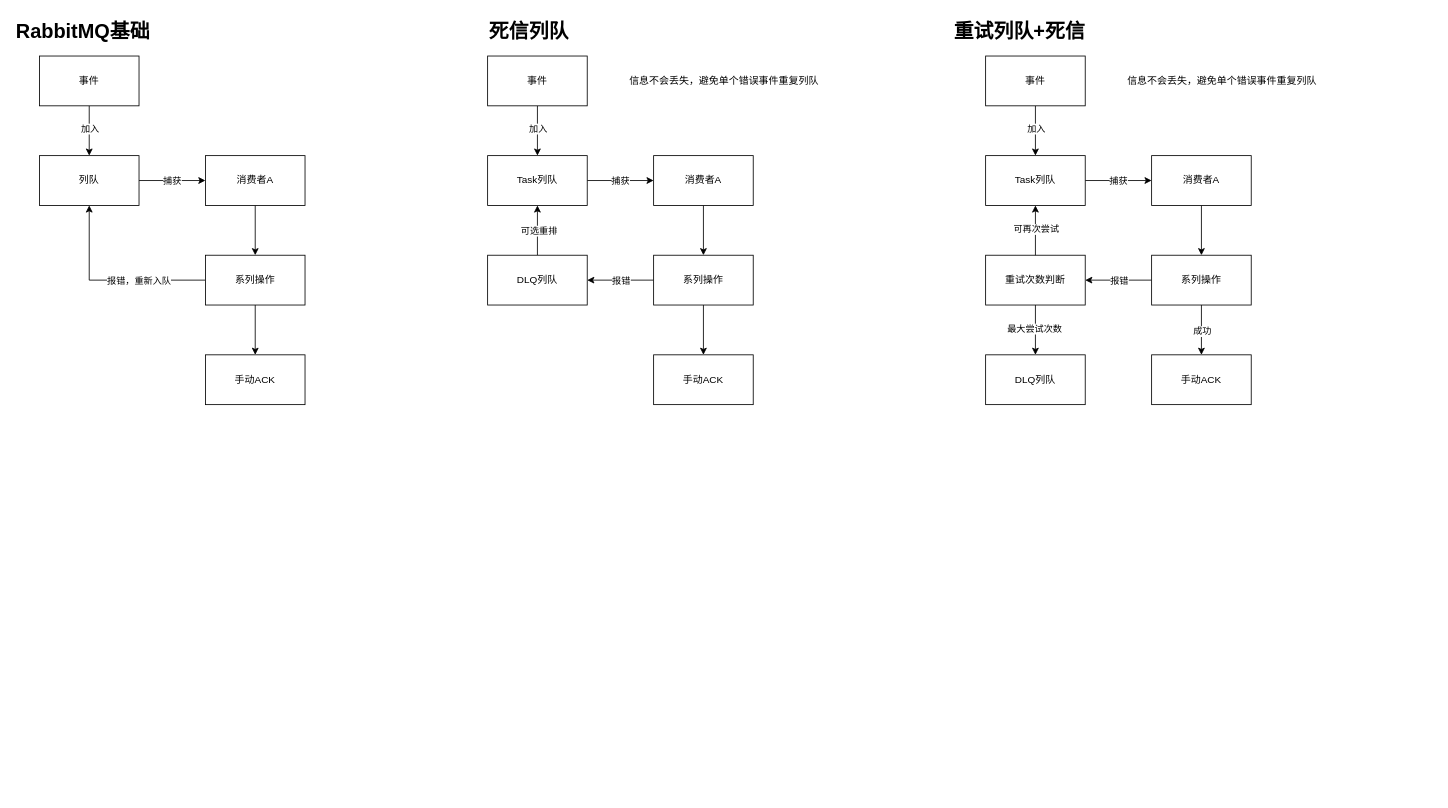
The draw.io diagram 需求分析/中间件.drawio in syntheticfeather/Conpre_object, before the edit. Source tidied: cells renumbered, new cells numbered last; positions are measured from the earlier drawing's top-left corner, leaving out a move shared by most shapes. Both pictures are drawn from the tidied source at 83%, with x=0, y=0 at pixel (14, 14).
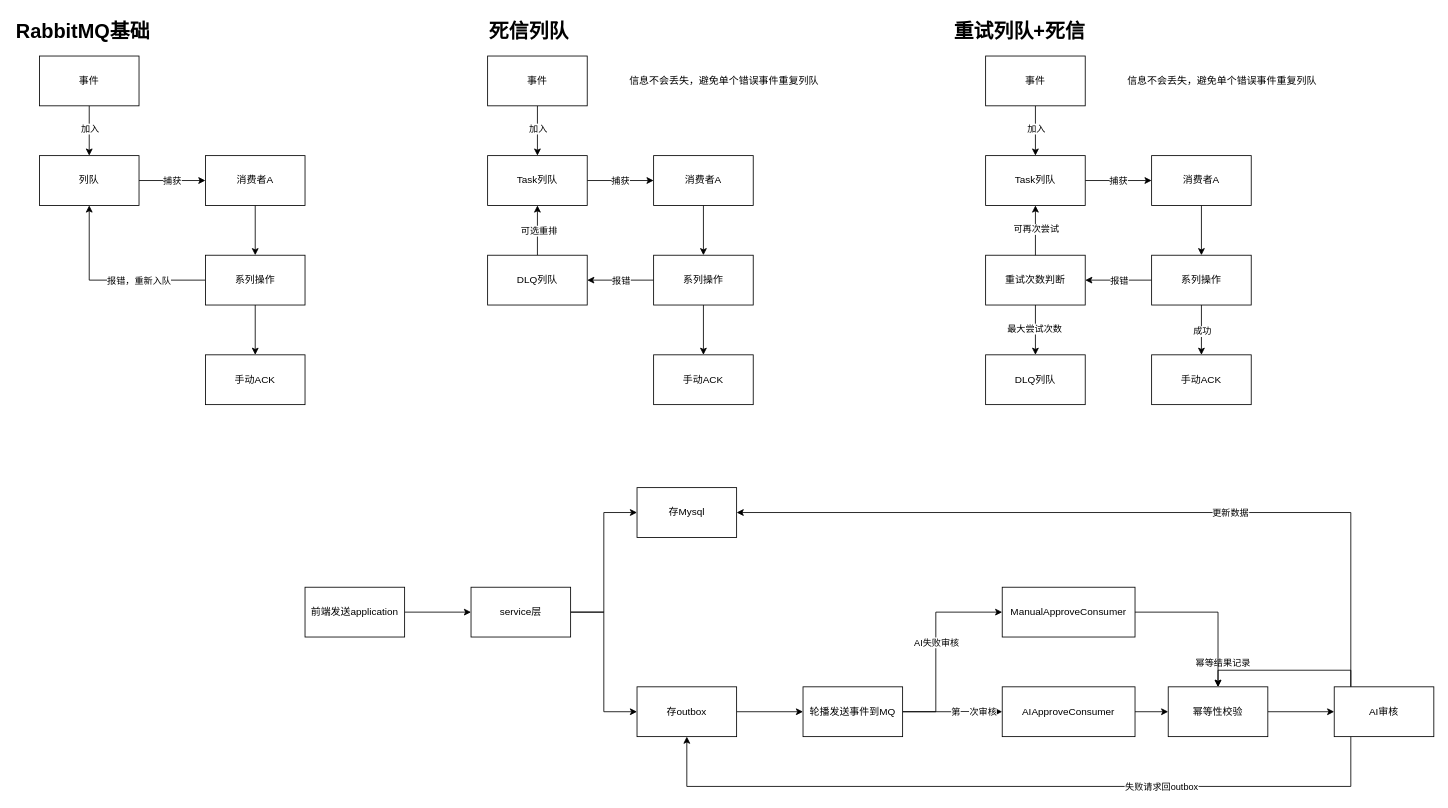
The same page after the edit.

Diff of the diagram source:
```diff
@@
+    <mxCell id="56" style="edgeStyle=orthogonalEdgeStyle;rounded=0;jettySize=auto;html=1;entryX=0;entryY=0.5;entryDx=0;entryDy=0;" parent="1" edge="1" source="57" target="60">
+      <mxGeometry relative="1" as="geometry" />
+    </mxCell>
+    <mxCell id="57" value="前端发送application" style="rounded=0;whiteSpace=wrap;html=1;" parent="1" vertex="1">
+      <mxGeometry x="350" y="690" width="120" height="60" as="geometry" />
+    </mxCell>
+    <mxCell id="58" style="edgeStyle=orthogonalEdgeStyle;rounded=0;jettySize=auto;html=1;entryX=0;entryY=0.5;entryDx=0;entryDy=0;" parent="1" edge="1" source="60" target="61">
+      <mxGeometry relative="1" as="geometry" />
+    </mxCell>
+    <mxCell id="59" style="edgeStyle=orthogonalEdgeStyle;rounded=0;jettySize=auto;html=1;entryX=0;entryY=0.5;entryDx=0;entryDy=0;" parent="1" edge="1" source="60" target="63">
+      <mxGeometry relative="1" as="geometry" />
+    </mxCell>
+    <mxCell id="60" value="service层" style="rounded=0;whiteSpace=wrap;html=1;" parent="1" vertex="1">
+      <mxGeometry x="550" y="690" width="120" height="60" as="geometry" />
+    </mxCell>
+    <mxCell id="61" value="存Mysql" style="whiteSpace=wrap;html=1;rounded=0;" parent="1" vertex="1">
+      <mxGeometry x="750" y="570" width="120" height="60" as="geometry" />
+    </mxCell>
+    <mxCell id="62" style="edgeStyle=orthogonalEdgeStyle;rounded=0;jettySize=auto;html=1;" parent="1" edge="1" source="63" target="68">
+      <mxGeometry relative="1" as="geometry" />
+    </mxCell>
+    <mxCell id="63" value="存outbox" style="rounded=0;whiteSpace=wrap;html=1;" parent="1" vertex="1">
+      <mxGeometry x="750" y="810" width="120" height="60" as="geometry" />
+    </mxCell>
+    <mxCell id="64" style="edgeStyle=orthogonalEdgeStyle;rounded=0;jettySize=auto;html=1;" parent="1" edge="1" source="68" target="70">
+      <mxGeometry relative="1" as="geometry" />
+    </mxCell>
+    <mxCell id="65" value="第一次审核" style="edgeLabel;html=1;align=center;verticalAlign=middle;" parent="64" vertex="1">
+      <mxGeometry x="0.42" relative="1" as="geometry" />
+    </mxCell>
+    <mxCell id="66" style="edgeStyle=orthogonalEdgeStyle;rounded=0;jettySize=auto;html=1;entryX=0;entryY=0.5;entryDx=0;entryDy=0;" parent="1" edge="1" source="68" target="81">
+      <mxGeometry relative="1" as="geometry">
+        <Array as="points">
+          <mxPoint x="1110" y="840" />
+          <mxPoint x="1110" y="720" />
+        </Array>
+      </mxGeometry>
+    </mxCell>
+    <mxCell id="67" value="AI失败审核" style="edgeLabel;html=1;align=center;verticalAlign=middle;" parent="66" vertex="1">
+      <mxGeometry x="0.03" relative="1" as="geometry" />
+    </mxCell>
+    <mxCell id="68" value="轮播发送事件到MQ" style="whiteSpace=wrap;html=1;rounded=0;" parent="1" vertex="1">
+      <mxGeometry x="950" y="810" width="120" height="60" as="geometry" />
+    </mxCell>
+    <mxCell id="69" style="edgeStyle=orthogonalEdgeStyle;rounded=0;jettySize=auto;html=1;" parent="1" edge="1" source="70" target="72">
+      <mxGeometry relative="1" as="geometry" />
+    </mxCell>
+    <mxCell id="70" value="AIApproveConsumer" style="whiteSpace=wrap;html=1;rounded=0;" parent="1" vertex="1">
+      <mxGeometry x="1190" y="810" width="160" height="60" as="geometry" />
+    </mxCell>
+    <mxCell id="71" style="edgeStyle=orthogonalEdgeStyle;rounded=0;jettySize=auto;html=1;" parent="1" edge="1" source="72" target="79">
+      <mxGeometry relative="1" as="geometry" />
+    </mxCell>
+    <mxCell id="72" value="幂等性校验" style="whiteSpace=wrap;html=1;rounded=0;" parent="1" vertex="1">
+      <mxGeometry x="1390" y="810" width="120" height="60" as="geometry" />
+    </mxCell>
+    <mxCell id="73" style="edgeStyle=orthogonalEdgeStyle;rounded=0;jettySize=auto;html=1;entryX=1;entryY=0.5;entryDx=0;entryDy=0;" parent="1" edge="1" source="79" target="61">
+      <mxGeometry relative="1" as="geometry">
+        <Array as="points">
+          <mxPoint x="1610" y="600" />
+        </Array>
+      </mxGeometry>
+    </mxCell>
+    <mxCell id="74" value="更新数据" style="edgeLabel;html=1;align=center;verticalAlign=middle;" parent="73" vertex="1">
+      <mxGeometry x="-0.25" y="1" relative="1" as="geometry">
+        <mxPoint y="-1" as="offset" />
+      </mxGeometry>
+    </mxCell>
+    <mxCell id="75" style="edgeStyle=orthogonalEdgeStyle;rounded=0;jettySize=auto;html=1;entryX=0.5;entryY=1;entryDx=0;entryDy=0;" parent="1" edge="1" source="79" target="63">
+      <mxGeometry relative="1" as="geometry">
+        <Array as="points">
+          <mxPoint x="1610" y="930" />
+          <mxPoint x="810" y="930" />
+        </Array>
+      </mxGeometry>
+    </mxCell>
+    <mxCell id="76" value="失败请求回outbox" style="edgeLabel;html=1;align=center;verticalAlign=middle;" parent="75" vertex="1">
+      <mxGeometry x="0.04" y="-4" relative="1" as="geometry">
+        <mxPoint x="189" y="4" as="offset" />
+      </mxGeometry>
+    </mxCell>
+    <mxCell id="77" style="edgeStyle=orthogonalEdgeStyle;rounded=0;jettySize=auto;html=1;entryX=0.5;entryY=0;entryDx=0;entryDy=0;" parent="1" edge="1" source="79" target="72">
+      <mxGeometry relative="1" as="geometry">
+        <Array as="points">
+          <mxPoint x="1610" y="790" />
+          <mxPoint x="1450" y="790" />
+        </Array>
+      </mxGeometry>
+    </mxCell>
+    <mxCell id="78" value="幂等结果记录" style="edgeLabel;html=1;align=center;verticalAlign=middle;" parent="77" vertex="1">
+      <mxGeometry x="-0.02" y="-2" relative="1" as="geometry">
+        <mxPoint x="-77" y="-8" as="offset" />
+      </mxGeometry>
+    </mxCell>
+    <mxCell id="79" value="AI审核" style="whiteSpace=wrap;html=1;rounded=0;" parent="1" vertex="1">
+      <mxGeometry x="1590" y="810" width="120" height="60" as="geometry" />
+    </mxCell>
+    <mxCell id="80" style="edgeStyle=orthogonalEdgeStyle;rounded=0;jettySize=auto;html=1;entryX=0.5;entryY=0;entryDx=0;entryDy=0;" parent="1" edge="1" source="81" target="72">
+      <mxGeometry relative="1" as="geometry" />
+    </mxCell>
+    <mxCell id="81" value="ManualApproveConsumer" style="whiteSpace=wrap;html=1;rounded=0;" parent="1" vertex="1">
+      <mxGeometry x="1190" y="690" width="160" height="60" as="geometry" />
+    </mxCell>
```
